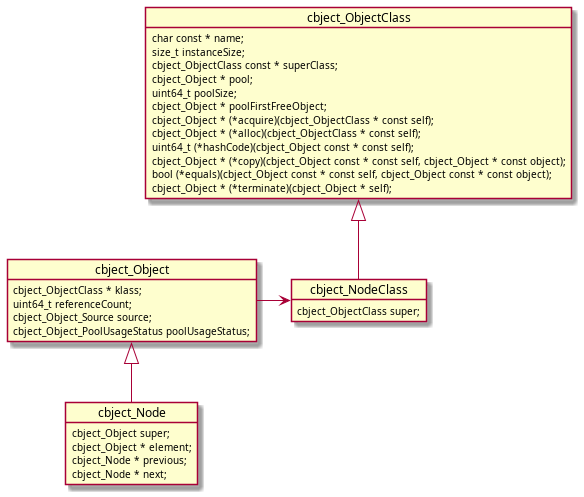
Earlier version of the PlantUML export docs/media/diag-node.png (alexmarincu/Cbject).
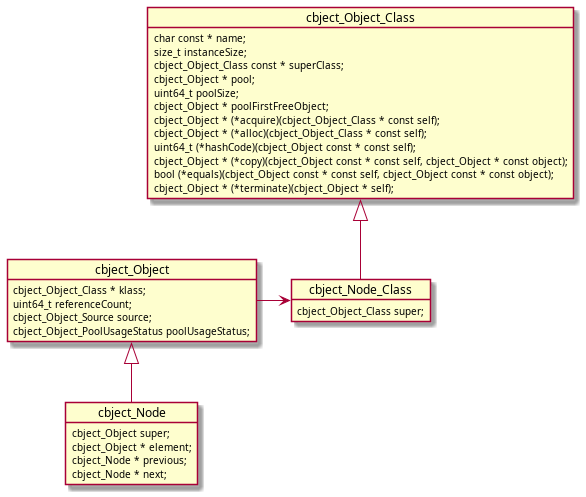
The same diagram one commit later.

Diff of the diagram source:
```diff
@@ -5,30 +5,30 @@
     cbject_Node * previous;
     cbject_Node * next;
 }
-object cbject_NodeClass {
-    cbject_ObjectClass super;
+object cbject_Node_Class {
+    cbject_Object_Class super;
 }
 object cbject_Object {
-    cbject_ObjectClass * klass;
+    cbject_Object_Class * klass;
     uint64_t referenceCount;
     cbject_Object_Source source;
     cbject_Object_PoolUsageStatus poolUsageStatus;
 }
-object cbject_ObjectClass {
+object cbject_Object_Class {
     char const * name;
     size_t instanceSize;
-    cbject_ObjectClass const * superClass;
+    cbject_Object_Class const * superClass;
     cbject_Object * pool;
     uint64_t poolSize;
     cbject_Object * poolFirstFreeObject;
-    cbject_Object * (*acquire)(cbject_ObjectClass * const self);
-    cbject_Object * (*alloc)(cbject_ObjectClass * const self);
+    cbject_Object * (*acquire)(cbject_Object_Class * const self);
+    cbject_Object * (*alloc)(cbject_Object_Class * const self);
     uint64_t (*hashCode)(cbject_Object const * const self);
     cbject_Object * (*copy)(cbject_Object const * const self, cbject_Object * const object);
     bool (*equals)(cbject_Object const * const self, cbject_Object const * const object);
     cbject_Object * (*terminate)(cbject_Object * self);
 }
 cbject_Node -u-|> cbject_Object
-cbject_Object -r-> cbject_NodeClass
-cbject_NodeClass -u-|> cbject_ObjectClass
+cbject_Object -r-> cbject_Node_Class
+cbject_Node_Class -u-|> cbject_Object_Class
 @enduml
```
